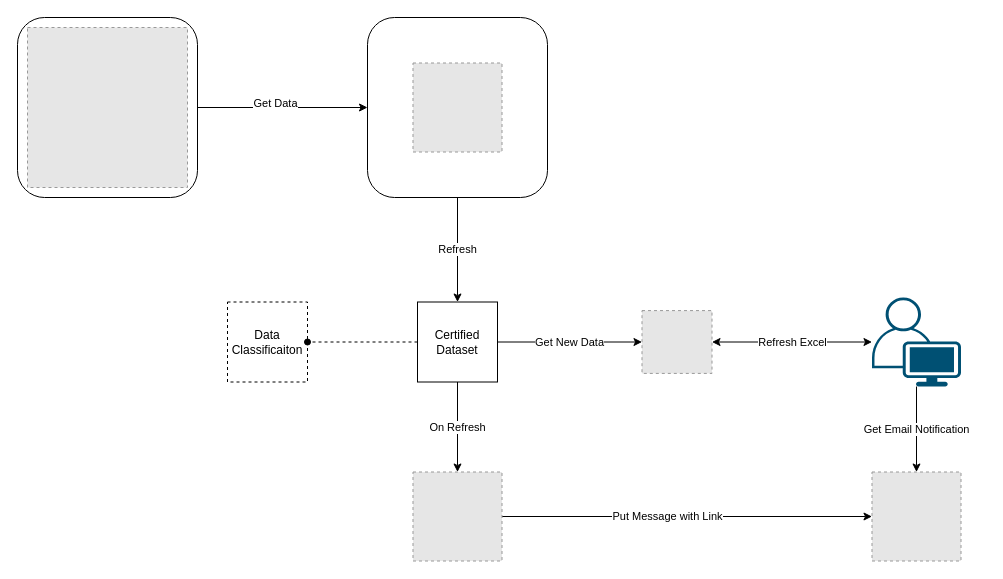
Before: Microsoft/Honeywell.drawio in dataacumen/da-architectural-diagrams, a draw.io diagram. Source tidied: cells renumbered, new cells numbered last; positions are measured from the earlier drawing's top-left corner, leaving out a move shared by most shapes. Both pictures are drawn from the tidied source at 100%, with x=0, y=0 at pixel (17, 17). Pictures stored in the file or linked from it are replaced by grey dashed boxes.
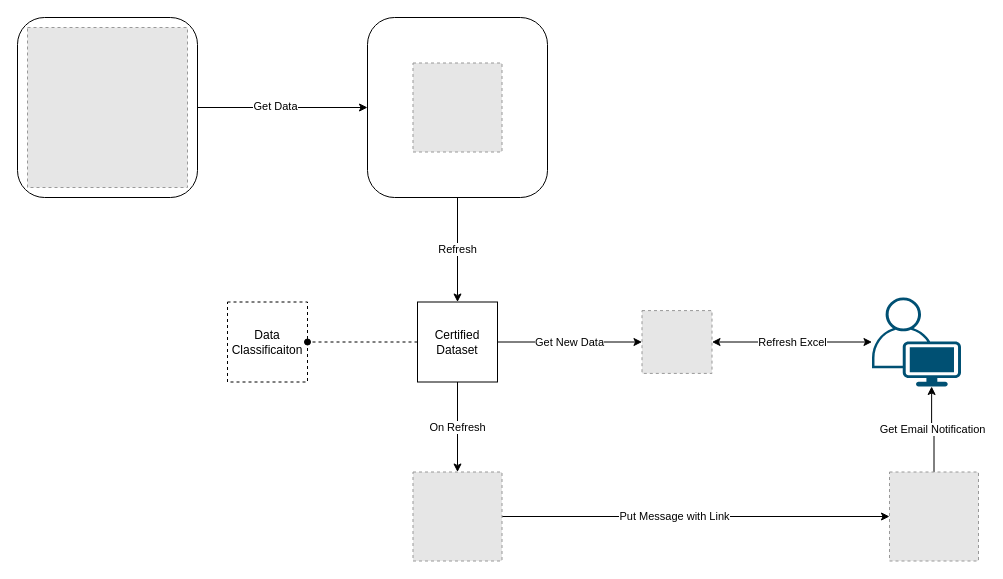
The same diagram, later.

The change refers to these unchanged cells:
```xml
<mxCell id="8" style="edgeStyle=orthogonalEdgeStyle;rounded=0;jettySize=auto;html=1;exitX=1;exitY=0.5;exitDx=0;exitDy=0;" parent="1" edge="1" source="3" target="6">
  <mxGeometry relative="1" as="geometry" />
</mxCell>
<mxCell id="20" style="points=[[0.35,0,0],[0.98,0.51,0],[1,0.71,0],[0.67,1,0],[0,0.795,0],[0,0.65,0]];verticalLabelPosition=bottom;sketch=0;html=1;verticalAlign=top;align=center;shape=mxgraph.cisco19.user;fillColor=#005073;strokeColor=none;" parent="1" vertex="1">
  <mxGeometry x="854.5" y="280" width="89" height="89" as="geometry" />
</mxCell>
```

The edit, as a diff of the source:
```diff
@@
     <mxCell id="9" value="Get Data" style="edgeLabel;html=1;align=center;verticalAlign=middle;" parent="8" vertex="1">
-      <mxGeometry x="-0.09" y="5" relative="1" as="geometry" />
+      <mxGeometry x="-0.09" y="5" relative="1" as="geometry">
+        <mxPoint y="3" as="offset" />
+      </mxGeometry>
     </mxCell>
@@
-    <mxCell id="18" value="Get Email Notification" style="edgeStyle=orthogonalEdgeStyle;rounded=0;jettySize=auto;html=1;" parent="1" edge="1" source="20" target="21">
+    <mxCell id="18" value="Get Email Notification" style="edgeStyle=orthogonalEdgeStyle;rounded=0;jettySize=auto;html=1;entryX=0.67;entryY=1;entryDx=0;entryDy=0;entryPerimeter=0;" parent="1" edge="1" source="21" target="20">
       <mxGeometry relative="1" as="geometry" />
     </mxCell>
@@
     <mxCell id="21" style="fillColor=#E6E6E6;strokeColor=#999999;dashed=1;verticalLabelPosition=bottom;labelBackgroundColor=default;verticalAlign=top;" parent="1" vertex="1">
-      <mxGeometry x="854.5" y="454.5" width="89" height="89" as="geometry" />
+      <mxGeometry x="872" y="454.5" width="89" height="89" as="geometry" />
     </mxCell>
```
